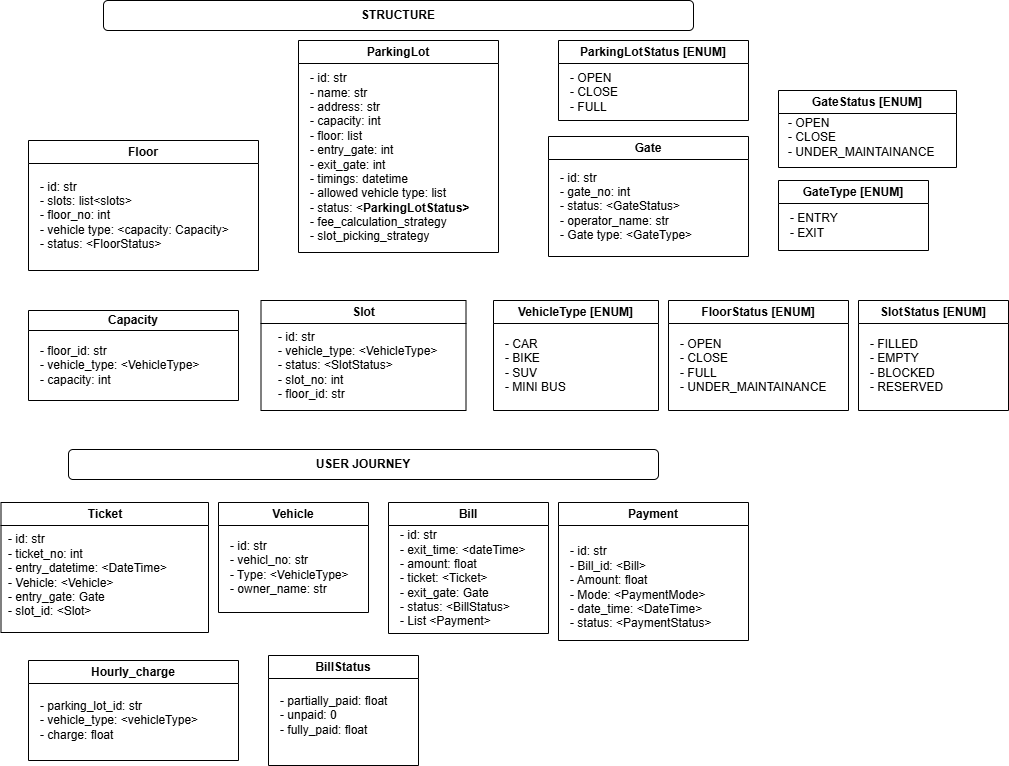
ashu7mishra/ParkingLot keeps this draw.io diagram as ParkingLot.png. Above is the earlier version. Source tidied: cells renumbered, new cells last; positions are measured from the earlier drawing's top-left corner, leaving out a move shared by most shapes.
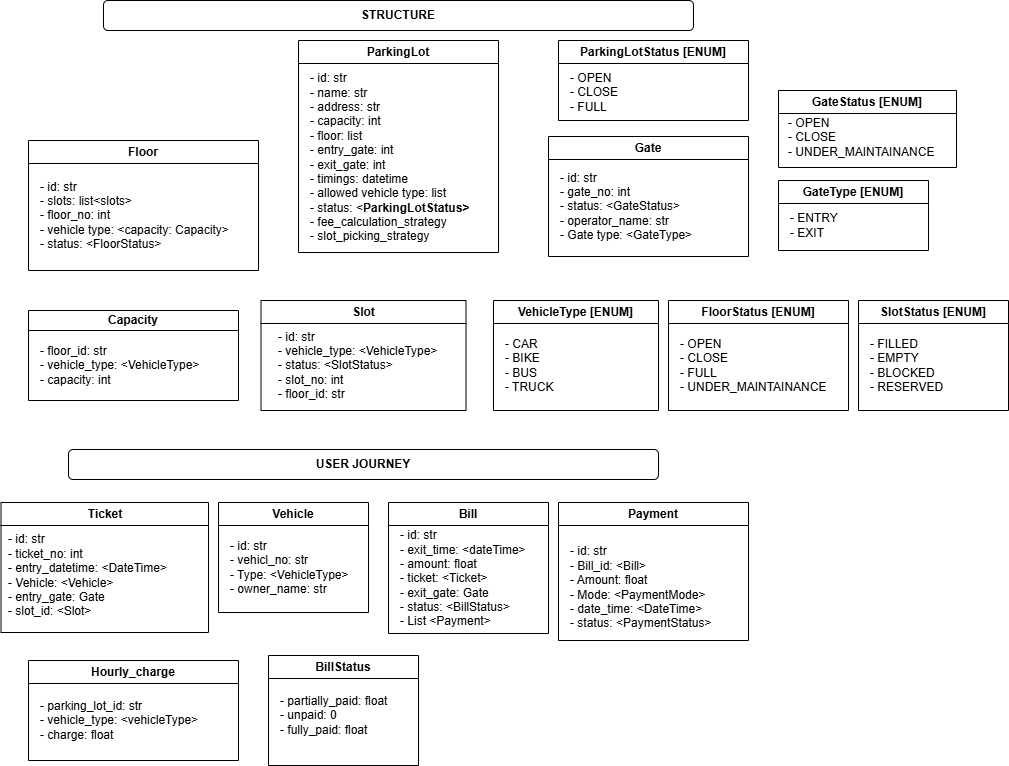
After the change.

Change to the diagram source:
```diff
@@ -71,8 +71,8 @@
     <mxCell id="24" value="VehicleType [ENUM]" style="swimlane;whiteSpace=wrap;html=1;" parent="1" vertex="1">
       <mxGeometry x="493" y="300" width="165" height="110" as="geometry" />
     </mxCell>
-    <mxCell id="25" value="- CAR&lt;div&gt;- BIKE&lt;/div&gt;&lt;div&gt;- SUV&lt;/div&gt;&lt;div&gt;- MINI BUS&lt;/div&gt;" style="text;html=1;align=left;verticalAlign=middle;strokeColor=none;fillColor=none;" parent="24" vertex="1">
-      <mxGeometry x="10" y="30" width="80" height="70" as="geometry" />
+    <mxCell id="25" value="- CAR&lt;div&gt;- BIKE&lt;/div&gt;&lt;div&gt;- BUS&lt;/div&gt;&lt;div&gt;- TRUCK&lt;/div&gt;" style="text;html=1;align=left;verticalAlign=middle;strokeColor=none;fillColor=none;" parent="24" vertex="1">
+      <mxGeometry x="10" y="30" width="70" height="70" as="geometry" />
     </mxCell>
     <mxCell id="26" value="FloorStatus [ENUM]" style="swimlane;whiteSpace=wrap;html=1;" parent="1" vertex="1">
       <mxGeometry x="668" y="300" width="180" height="110" as="geometry" />
```
